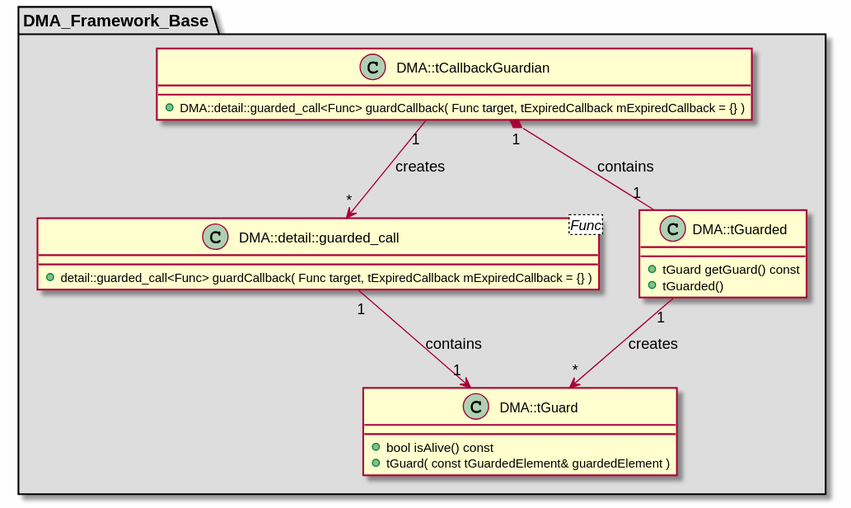
svlad-90/DMA_Framework keeps this PlantUML diagram as md/dev_docs/puml/DMA_Framework_Base.svg. Above is the earlier version.
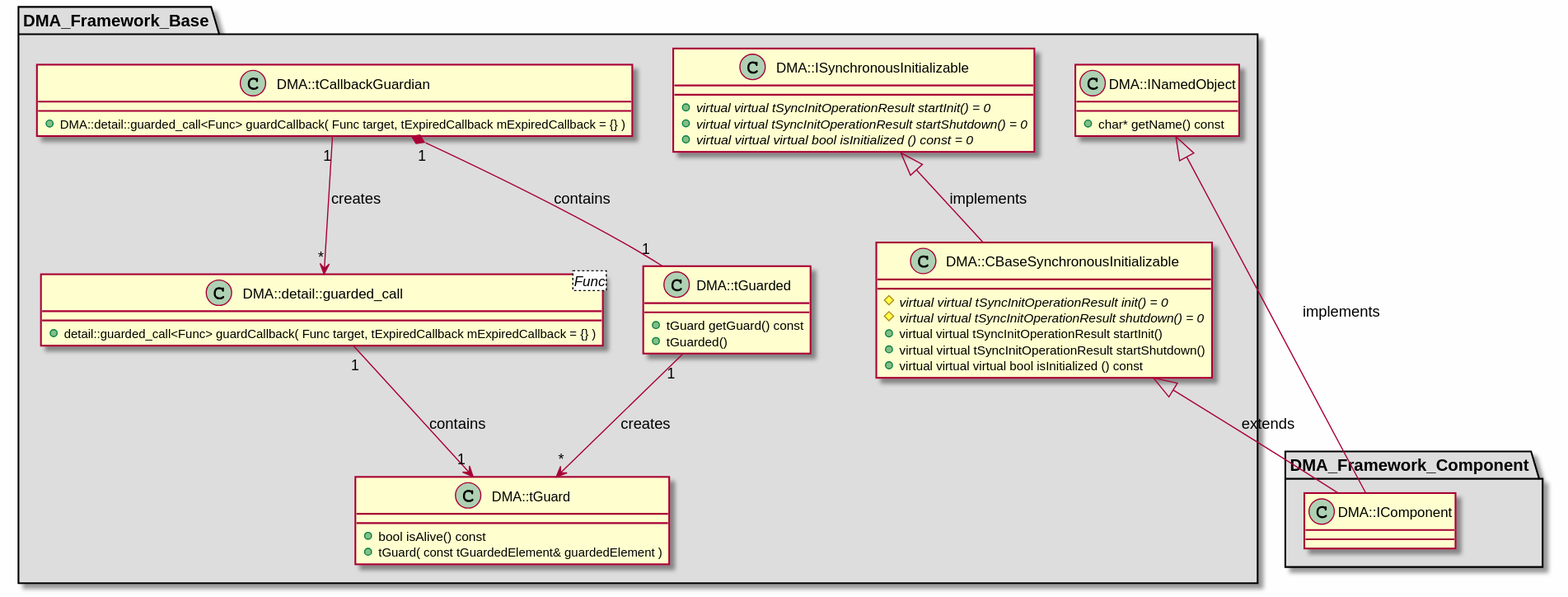
The same diagram one commit later.

Diff of the diagram source:
```diff
@@ -4,6 +4,27 @@
 skinparam wrapWidth 600
 package "DMA_Framework_Base" #DDDDDD
 {
+
+class "DMA::CBaseSynchronousInitializable"
+{
+    # {abstract} virtual virtual tSyncInitOperationResult init() = 0
+    # {abstract} virtual virtual tSyncInitOperationResult shutdown() = 0
+    + virtual virtual tSyncInitOperationResult startInit()
+    + virtual virtual tSyncInitOperationResult startShutdown()
+    + virtual virtual virtual bool isInitialized () const
+}
+
+class "DMA::INamedObject"
+{
+    + char* getName() const
+}
+
+class "DMA::ISynchronousInitializable"
+{
+    + {abstract} virtual virtual tSyncInitOperationResult startInit() = 0
+    + {abstract} virtual virtual tSyncInitOperationResult startShutdown() = 0
+    + {abstract} virtual virtual virtual bool isInitialized () const = 0
+}
 
 class "DMA::detail::guarded_call<Func>" as DMA::detail::guarded_call_Func_
 {
@@ -29,6 +50,19 @@
 
 }
 
+package "DMA_Framework_Component" #DDDDDD
+{
+
+class "DMA::IComponent"
+{
+}
+
+}
+
+DMA::ISynchronousInitializable <|-- DMA::CBaseSynchronousInitializable : implements
+DMA::CBaseSynchronousInitializable <|-- DMA::IComponent : extends
+DMA::INamedObject <|-- DMA::IComponent : implements
+
 DMA::detail::guarded_call_Func_ "1" --> "1" DMA::tGuard : contains
 DMA::tCallbackGuardian "1" --> "*" DMA::detail::guarded_call_Func_ : creates
 DMA::tCallbackGuardian "1" *-- "1" DMA::tGuarded : contains
```
